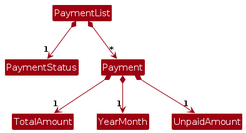
The PlantUML diagram diagrams/PaymentClassDiagram.png in AY2526S1-CS2103T-W08-2/tp, before a commit. Its source is kept beside it as diagrams/PaymentClassDiagram.puml.
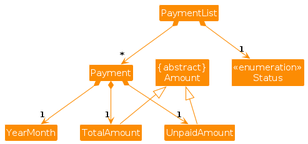
The same file after the commit.

Change to the diagram source:
```diff
@@ -1,18 +1,22 @@
 @startuml
 !include style.puml
 skinparam arrowThickness 1.1
-skinparam arrowColor MODEL_COLOR
-skinparam classBackgroundColor MODEL_COLOR
+skinparam arrowColor PAYMENT_COLOR
+skinparam classBackgroundColor PAYMENT_COLOR
 
-enum PaymentStatus
+class "<<enumeration>>\nStatus" as Status
 class Payment
 class TotalAmount
 class YearMonth
 class UnpaidAmount
+class "{abstract}\nAmount" as Amount
 
 PaymentList *-->"*" Payment
-PaymentList *-->"1" PaymentStatus
+PaymentList *-->"1" Status
 Payment *-->"1" TotalAmount
 Payment *-->"1" UnpaidAmount
 Payment *-->"1" YearMonth
+
+Amount <|-- TotalAmount
+Amount <|-- UnpaidAmount
 @enduml
```
